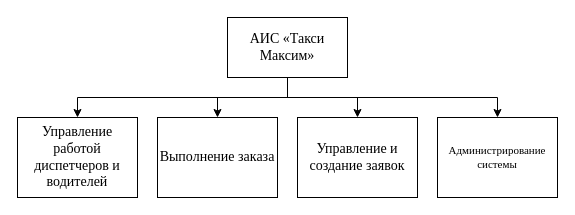
Above: Сулейманов 1 практическая/Подсистемы.drawio in MaxUnLuck/2-semestr-kis (draw.io), before the change. Source tidied: cells renumbered, new cells numbered last; positions are measured from the earlier drawing's top-left corner, leaving out a move shared by most shapes. Both pictures are drawn from the tidied source at 100%, with x=0, y=0 at pixel (17, 17).
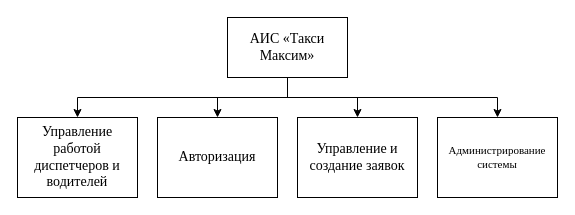
The same diagram, later.

Change to the diagram source:
```diff
@@
 <mxGraphModel>
   <root>
     <mxCell id="0" />
     <mxCell id="1" parent="0" />
     <mxCell id="2" value="&lt;font style=&quot;font-size: 14px;&quot; face=&quot;Times New Roman&quot;&gt;АИС&amp;nbsp;«Такси&lt;br/&gt;Максим»&lt;/font&gt;" style="rounded=0;whiteSpace=wrap;html=1;" parent="1" vertex="1">
       <mxGeometry x="210" width="120" height="60" as="geometry" />
     </mxCell>
     <mxCell id="3" style="edgeStyle=orthogonalEdgeStyle;rounded=0;jettySize=auto;html=1;entryX=0.5;entryY=0;entryDx=0;entryDy=0;" parent="1" edge="1" source="2" target="9">
       <mxGeometry relative="1" as="geometry">
         <Array as="points">
           <mxPoint x="270" y="80" />
           <mxPoint x="60" y="80" />
         </Array>
       </mxGeometry>
     </mxCell>
     <mxCell id="4" style="edgeStyle=orthogonalEdgeStyle;rounded=0;jettySize=auto;html=1;entryX=0.5;entryY=0;entryDx=0;entryDy=0;" parent="1" edge="1" source="2" target="7">
       <mxGeometry relative="1" as="geometry" />
     </mxCell>
     <mxCell id="5" style="edgeStyle=orthogonalEdgeStyle;rounded=0;jettySize=auto;html=1;entryX=0.5;entryY=0;entryDx=0;entryDy=0;" parent="1" edge="1" source="2" target="8">
       <mxGeometry relative="1" as="geometry" />
     </mxCell>
     <mxCell id="6" style="edgeStyle=orthogonalEdgeStyle;rounded=0;jettySize=auto;html=1;entryX=0.5;entryY=0;entryDx=0;entryDy=0;" parent="1" edge="1" source="2" target="10">
       <mxGeometry relative="1" as="geometry">
         <Array as="points">
           <mxPoint x="270" y="80" />
           <mxPoint x="480" y="80" />
         </Array>
       </mxGeometry>
     </mxCell>
-    <mxCell id="7" value="&lt;font face=&quot;Times New Roman&quot;&gt;&lt;span style=&quot;font-size: 14px;&quot;&gt;Выполнение заказа&lt;/span&gt;&lt;/font&gt;" style="rounded=0;whiteSpace=wrap;html=1;" parent="1" vertex="1">
+    <mxCell id="7" value="&lt;font face=&quot;Times New Roman&quot;&gt;&lt;span style=&quot;font-size: 14px;&quot;&gt;Авторизация&lt;/span&gt;&lt;/font&gt;" style="rounded=0;whiteSpace=wrap;html=1;" parent="1" vertex="1">
       <mxGeometry x="140" y="100" width="120" height="80" as="geometry" />
     </mxCell>
     <mxCell id="8" value="&lt;font face=&quot;Times New Roman&quot;&gt;&lt;span style=&quot;font-size: 14px;&quot;&gt;Управление и создание заявок&lt;/span&gt;&lt;/font&gt;" style="rounded=0;whiteSpace=wrap;html=1;" parent="1" vertex="1">
       <mxGeometry x="280" y="100" width="120" height="80" as="geometry" />
     </mxCell>
     <mxCell id="9" value="&lt;font face=&quot;Times New Roman&quot;&gt;&lt;span style=&quot;font-size: 14px;&quot;&gt;Управление работой диспетчеров и водителей&lt;/span&gt;&lt;/font&gt;" style="rounded=0;whiteSpace=wrap;html=1;" parent="1" vertex="1">
       <mxGeometry y="100" width="120" height="80" as="geometry" />
     </mxCell>
     <mxCell id="10" value="&lt;font face=&quot;Times New Roman&quot;&gt;&lt;span&gt;Администрирование системы&lt;/span&gt;&lt;/font&gt;" style="rounded=0;whiteSpace=wrap;html=1;fontSize=11;" parent="1" vertex="1">
       <mxGeometry x="420" y="100" width="120" height="80" as="geometry" />
     </mxCell>
   </root>
 </mxGraphModel>
```
